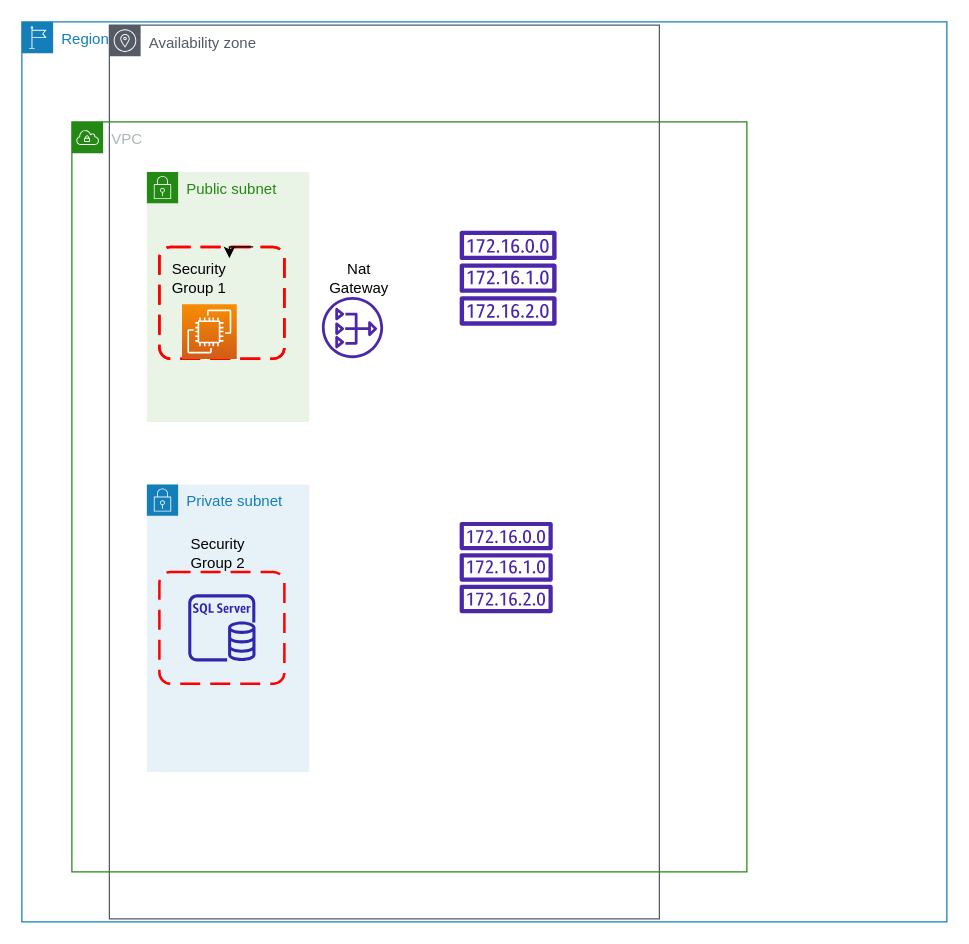
Before: Dannie.drawio in Schull-io/Cloud_DevOps_C4, a draw.io diagram. Source tidied: cells renumbered, new cells numbered last; positions are measured from the earlier drawing's top-left corner, leaving out a move shared by most shapes. Both pictures are drawn from the tidied source at 125%, with x=0, y=0 at pixel (21, 21).
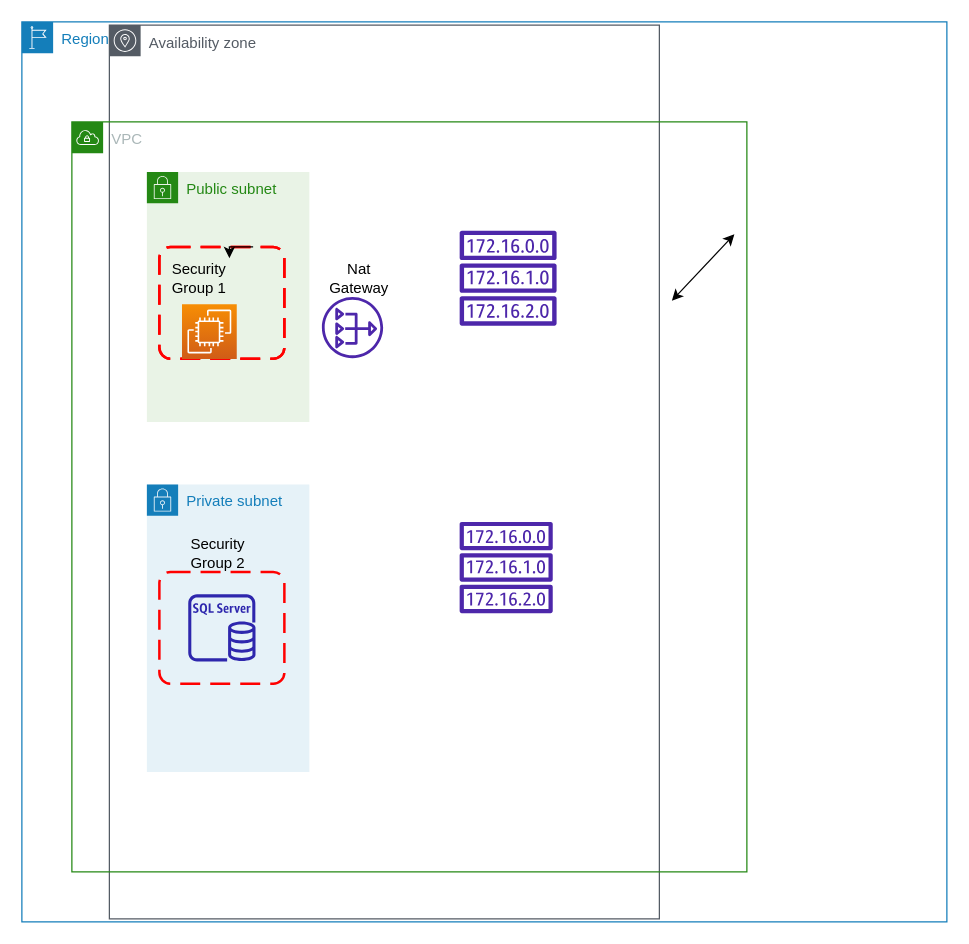
The same page after the edit.

The change refers to these unchanged cells:
```xml
<mxCell id="4" value="VPC" style="gradientColor=none;html=1;whiteSpace=wrap;fontSize=12;fontStyle=0;shape=mxgraph.aws4.group;grIcon=mxgraph.aws4.group_vpc;strokeColor=#248814;fillColor=none;verticalAlign=top;align=left;spacingLeft=30;fontColor=#AAB7B8;dashed=0;" parent="2" vertex="1">
  <mxGeometry x="40" y="80" width="540" height="600" as="geometry" />
</mxCell>
```

What changed in the source:
```diff
@@
+    <mxCell id="19" style="endArrow=classic;startArrow=classic;html=1;rounded=0;" parent="4" edge="1">
+      <mxGeometry relative="1" as="geometry">
+        <mxPoint x="530" y="90" as="sourcePoint" />
+        <mxPoint x="480" y="143" as="targetPoint" />
+      </mxGeometry>
+    </mxCell>
```
